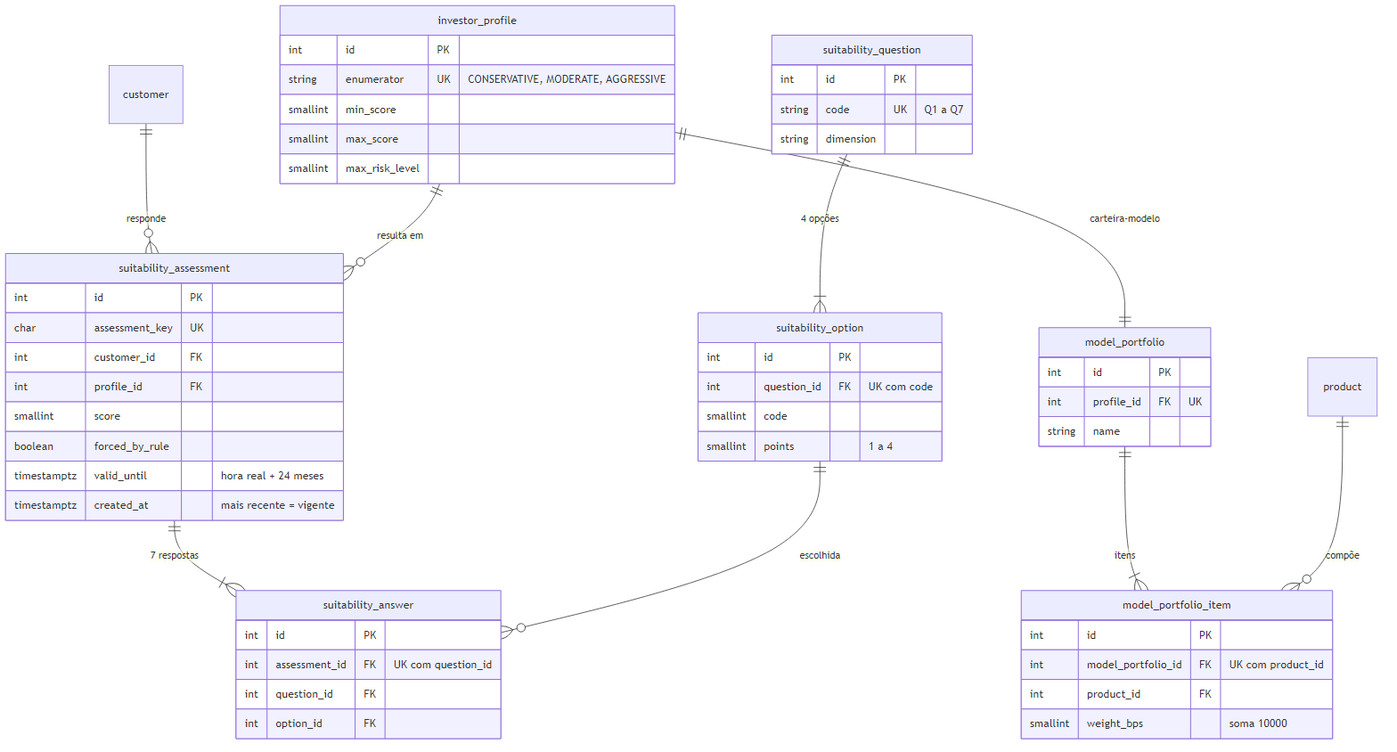
This is docs/diagramas/er-perfil-e-carteira.png from heluylucas/bootcamp-qi-tech-presidas-, a Mermaid export, as it was before one commit. Its source is kept beside it as docs/diagramas/er-perfil-e-carteira.mmd. The source it was exported from:
```mermaid
erDiagram
    customer ||--o{ suitability_assessment : "responde"
    investor_profile ||--o{ suitability_assessment : "resulta em"
    suitability_assessment ||--|{ suitability_answer : "7 respostas"
    suitability_question ||--|{ suitability_option : "4 opções"
    suitability_option ||--o{ suitability_answer : "escolhida"
    investor_profile ||--|| model_portfolio : "carteira-modelo"
    model_portfolio ||--|{ model_portfolio_item : "itens"
    product ||--o{ model_portfolio_item : "compõe"

    suitability_question {
        int id PK
        string code UK "Q1 a Q7"
        string dimension
    }
    suitability_option {
        int id PK
        int question_id FK "UK com code"
        smallint code
        smallint points "1 a 4"
    }
    investor_profile {
        int id PK
        string enumerator UK "CONSERVATIVE, MODERATE, AGGRESSIVE"
        smallint min_score
        smallint max_score
        smallint max_risk_level
    }
    suitability_assessment {
        int id PK
        char assessment_key UK
        int customer_id FK
        int profile_id FK
        smallint score
        boolean forced_by_rule
        timestamptz valid_until "hora real + 24 meses"
        timestamptz created_at "mais recente = vigente"
    }
    suitability_answer {
        int id PK
        int assessment_id FK "UK com question_id"
        int question_id FK
        int option_id FK
    }
    model_portfolio {
        int id PK
        int profile_id FK "UK"
        string name
    }
    model_portfolio_item {
        int id PK
        int model_portfolio_id FK "UK com product_id"
        int product_id FK
        smallint weight_bps "soma 10000"
    }
```
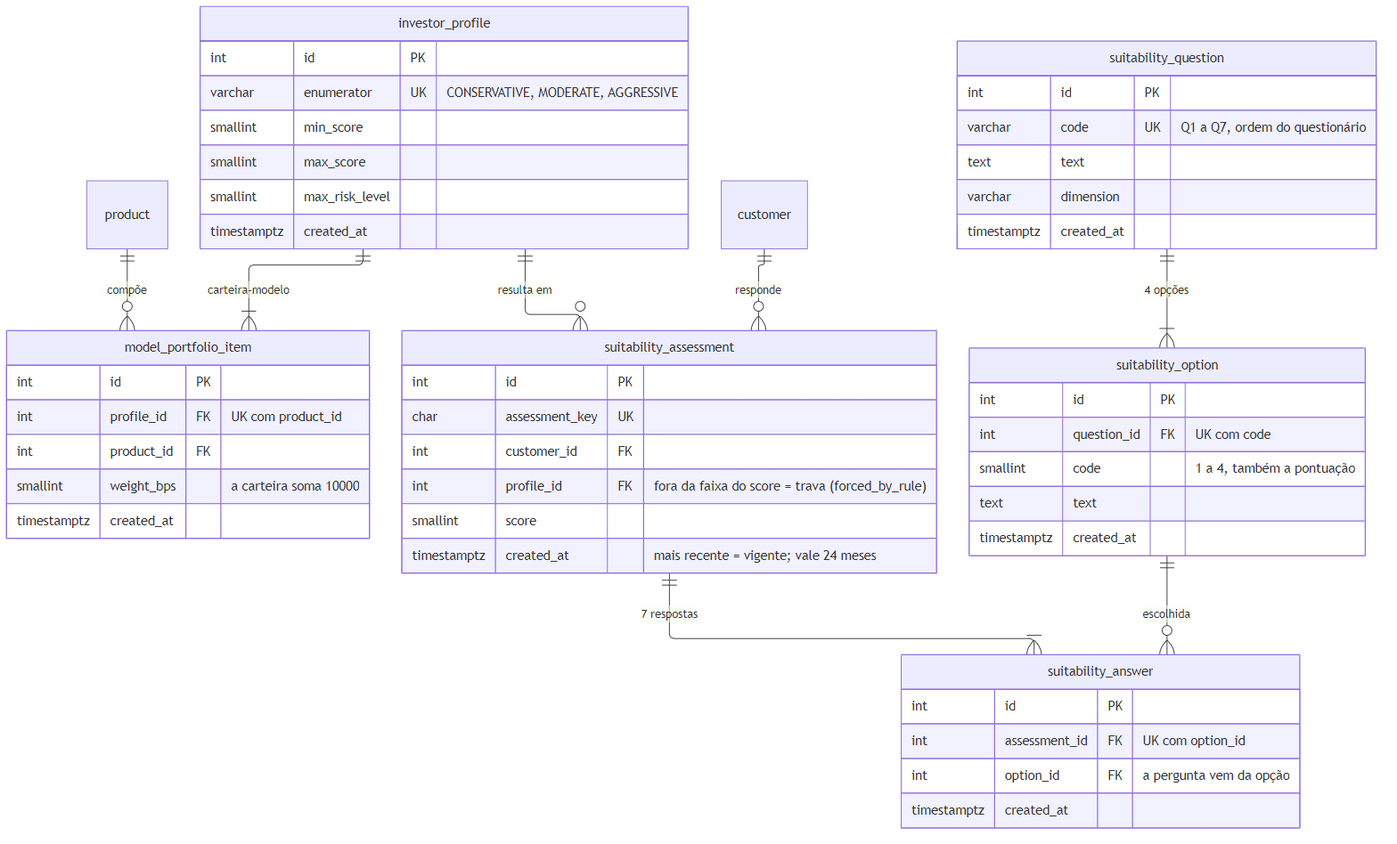
Later version of the same file.

What changed in the source:
```diff
@@ -1,55 +1,59 @@
+---
+config:
+  layout: elk
+  elk:
+    mergeEdges: false
+    nodePlacementStrategy: NETWORK_SIMPLEX
+---
 erDiagram
     customer ||--o{ suitability_assessment : "responde"
     investor_profile ||--o{ suitability_assessment : "resulta em"
     suitability_assessment ||--|{ suitability_answer : "7 respostas"
     suitability_question ||--|{ suitability_option : "4 opções"
     suitability_option ||--o{ suitability_answer : "escolhida"
-    investor_profile ||--|| model_portfolio : "carteira-modelo"
-    model_portfolio ||--|{ model_portfolio_item : "itens"
+    investor_profile ||--|{ model_portfolio_item : "carteira-modelo"
     product ||--o{ model_portfolio_item : "compõe"
 
     suitability_question {
         int id PK
-        string code UK "Q1 a Q7"
-        string dimension
+        varchar code UK "Q1 a Q7, ordem do questionário"
+        text text
+        varchar dimension
+        timestamptz created_at
     }
     suitability_option {
         int id PK
         int question_id FK "UK com code"
-        smallint code
-        smallint points "1 a 4"
+        smallint code "1 a 4, também a pontuação"
+        text text
+        timestamptz created_at
     }
     investor_profile {
         int id PK
-        string enumerator UK "CONSERVATIVE, MODERATE, AGGRESSIVE"
+        varchar enumerator UK "CONSERVATIVE, MODERATE, AGGRESSIVE"
         smallint min_score
         smallint max_score
         smallint max_risk_level
+        timestamptz created_at
     }
     suitability_assessment {
         int id PK
         char assessment_key UK
         int customer_id FK
-        int profile_id FK
+        int profile_id FK "fora da faixa do score = trava (forced_by_rule)"
         smallint score
-        boolean forced_by_rule
-        timestamptz valid_until "hora real + 24 meses"
-        timestamptz created_at "mais recente = vigente"
+        timestamptz created_at "mais recente = vigente; vale 24 meses"
     }
     suitability_answer {
         int id PK
-        int assessment_id FK "UK com question_id"
-        int question_id FK
-        int option_id FK
-    }
-    model_portfolio {
-        int id PK
-        int profile_id FK "UK"
-        string name
+        int assessment_id FK "UK com option_id"
+        int option_id FK "a pergunta vem da opção"
+        timestamptz created_at
     }
     model_portfolio_item {
         int id PK
-        int model_portfolio_id FK "UK com product_id"
+        int profile_id FK "UK com product_id"
         int product_id FK
-        smallint weight_bps "soma 10000"
+        smallint weight_bps "a carteira soma 10000"
+        timestamptz created_at
     }
```
